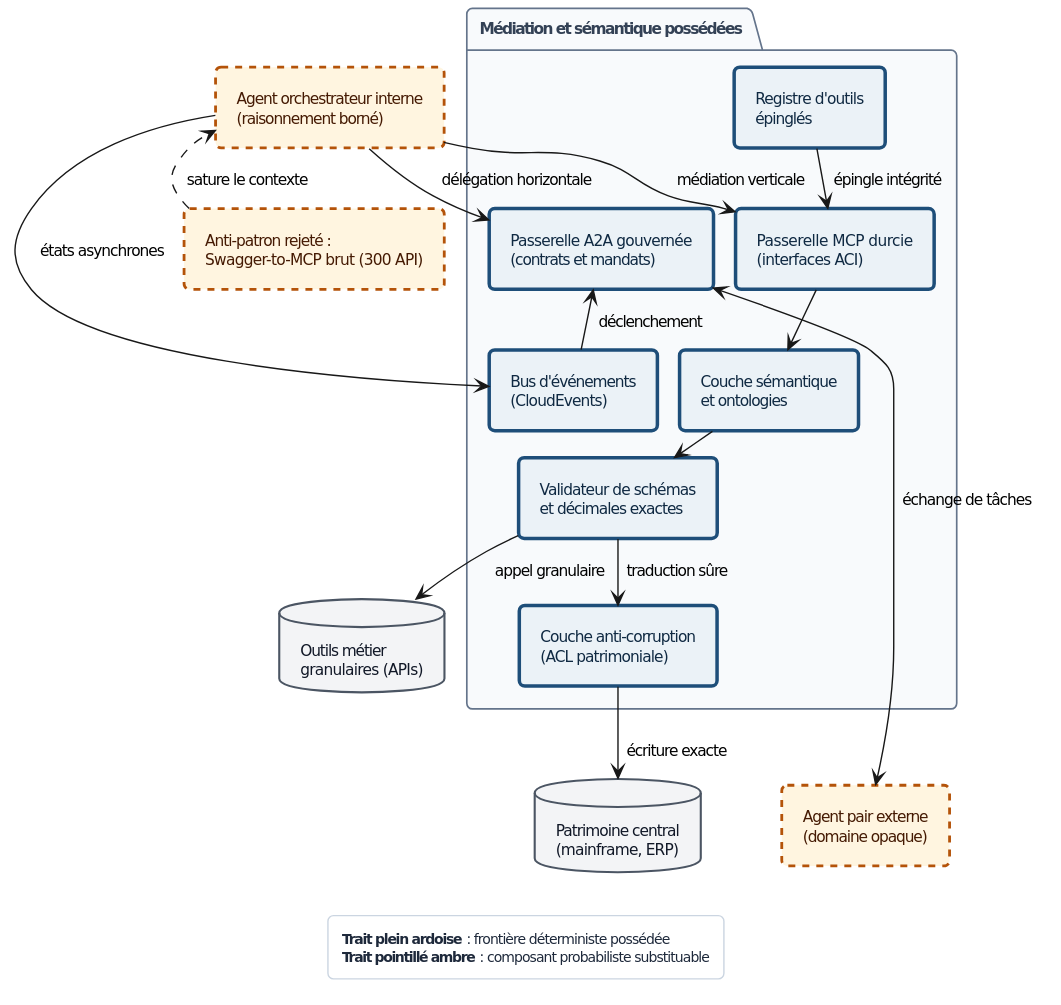
This is 7 - Livre 2027/diagrammes/rendus/Fig-09.svg from agbruneau/Agentique, a PlantUML export, as it was before one commit.
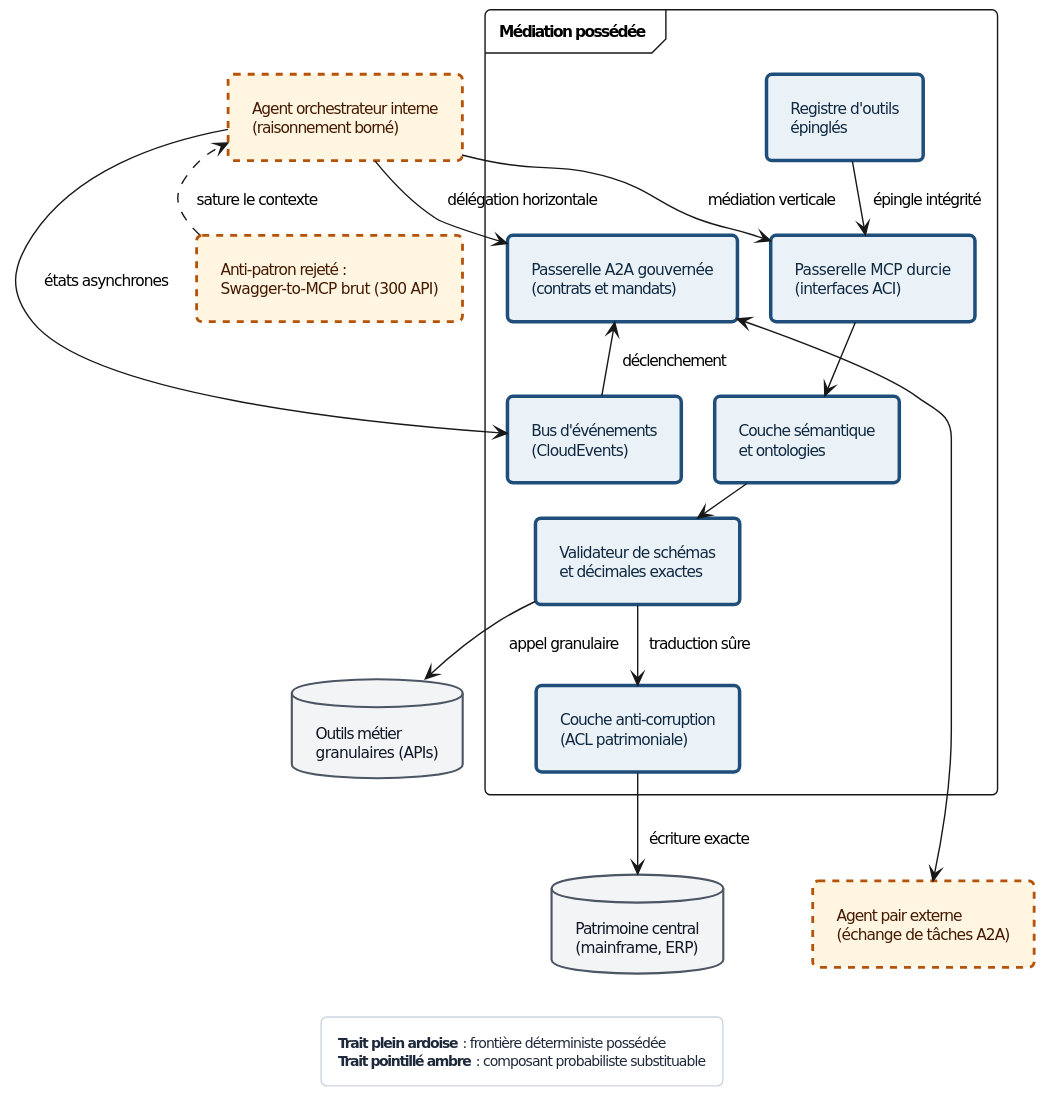
Above is the later version.

Diff of the diagram source:
```diff
@@ -41,14 +41,15 @@
 skinparam defaultFontSize 11
 skinparam shadowing false
 skinparam roundcorner 8
-skinparam nodesep 16
-skinparam ranksep 18
-skinparam padding 5
+skinparam packageStyle frame
+skinparam nodesep 24
+skinparam ranksep 24
+skinparam padding 7
 
 rectangle "Agent orchestrateur interne\n(raisonnement borné)" as AGT <<prob>>
 rectangle "Anti-patron rejeté :\nSwagger-to-MCP brut (300 API)" as ANTI <<prob>>
 
-package "Médiation et sémantique possédées" {
+package "Médiation possédée" {
   rectangle "Registre d'outils\népinglés" as REG <<det>>
   rectangle "Passerelle MCP durcie\n(interfaces ACI)" as MCP <<det>>
   rectangle "Passerelle A2A gouvernée\n(contrats et mandats)" as A2A <<det>>
@@ -60,7 +61,7 @@
 
 database "Outils métier\ngranulaires (APIs)" as TOOLS <<ext>>
 database "Patrimoine central\n(mainframe, ERP)" as LEGACY <<ext>>
-rectangle "Agent pair externe\n(domaine opaque)" as PEER <<prob>>
+rectangle "Agent pair externe\n(échange de tâches A2A)" as PEER <<prob>>
 
 ANTI ..> AGT : sature le contexte
 AGT --> MCP : médiation verticale
@@ -73,7 +74,7 @@
 VAL --> ACL : traduction sûre
 ACL --> LEGACY : écriture exacte
 EVT --> A2A : déclenchement
-A2A <--> PEER : échange de tâches
+A2A <--> PEER
 
 AGT -[hidden]right-> ANTI
 MCP -[hidden]right-> A2A
```
